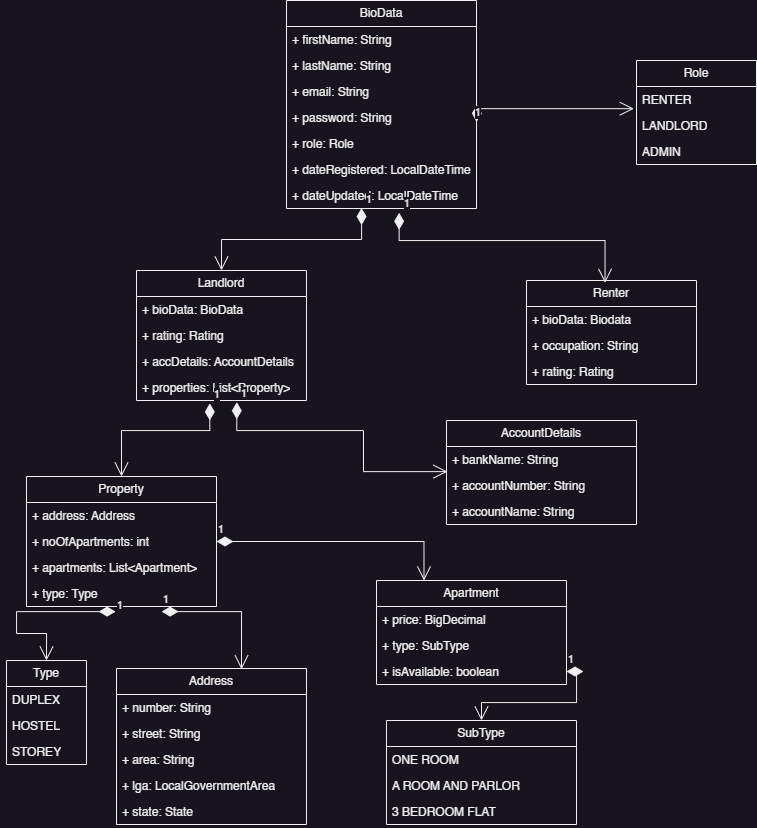
Before: diagrams/UML Diagram.png, a diagram exported from draw.io (Dee-Dayo/EasyRent). Source tidied: cells renumbered, new cells last; positions are measured from the earlier drawing's top-left corner, leaving out a move shared by most shapes.
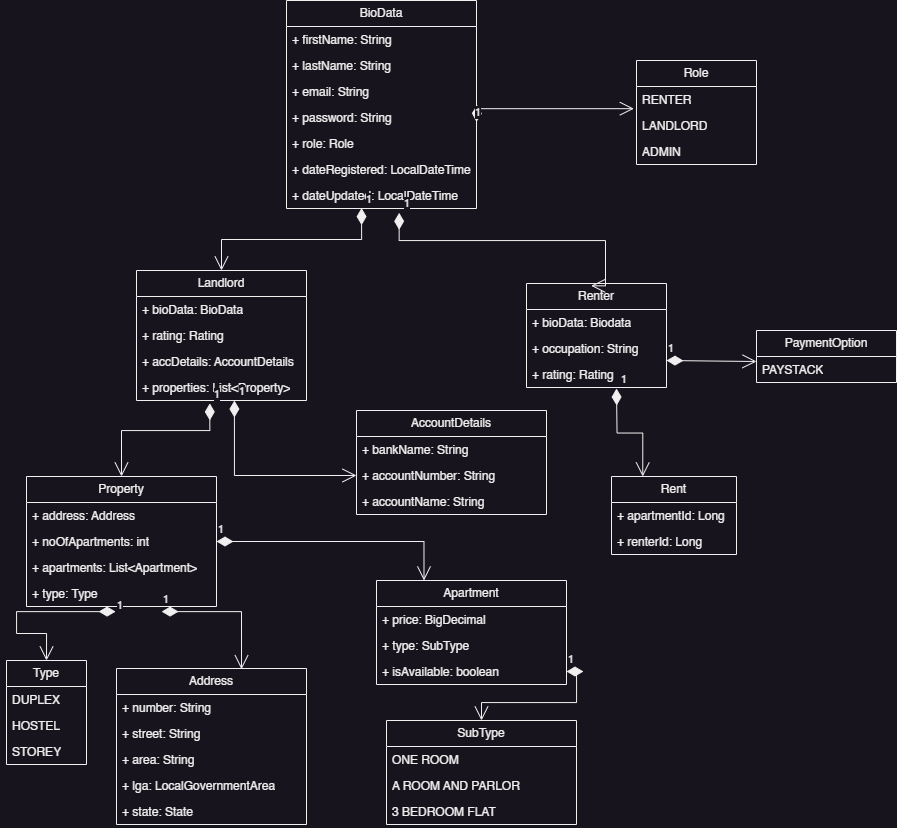
Later version of the same file.

What changed in the source:
```diff
@@ -18,16 +18,16 @@
       <mxGeometry y="104" width="170" height="26" as="geometry" />
     </mxCell>
     <mxCell id="7" value="Renter" style="swimlane;fontStyle=0;horizontal=1;startSize=26;fillColor=none;whiteSpace=wrap;html=1;" parent="1" vertex="1">
-      <mxGeometry x="520" y="280" width="170" height="104" as="geometry" />
+      <mxGeometry x="520" y="283" width="140" height="104" as="geometry" />
     </mxCell>
     <mxCell id="8" value="+ bioData: Biodata" style="text;strokeColor=none;fillColor=none;align=left;verticalAlign=top;spacingLeft=4;spacingRight=4;overflow=hidden;whiteSpace=wrap;html=1;" parent="7" vertex="1">
-      <mxGeometry y="26" width="170" height="26" as="geometry" />
+      <mxGeometry y="26" width="140" height="26" as="geometry" />
     </mxCell>
     <mxCell id="9" value="+ occupation: String" style="text;strokeColor=none;fillColor=none;align=left;verticalAlign=top;spacingLeft=4;spacingRight=4;overflow=hidden;whiteSpace=wrap;html=1;" parent="7" vertex="1">
-      <mxGeometry y="52" width="170" height="26" as="geometry" />
+      <mxGeometry y="52" width="140" height="26" as="geometry" />
     </mxCell>
     <mxCell id="10" value="+ rating: Rating" style="text;strokeColor=none;fillColor=none;align=left;verticalAlign=top;spacingLeft=4;spacingRight=4;overflow=hidden;whiteSpace=wrap;html=1;" parent="7" vertex="1">
-      <mxGeometry y="78" width="170" height="26" as="geometry" />
+      <mxGeometry y="78" width="140" height="26" as="geometry" />
     </mxCell>
     <mxCell id="11" value="BioData" style="swimlane;fontStyle=0;horizontal=1;startSize=26;fillColor=none;whiteSpace=wrap;html=1;" parent="1" vertex="1">
       <mxGeometry x="280" width="190" height="208" as="geometry" />
@@ -135,7 +135,7 @@
       <mxGeometry y="130" width="190" height="26" as="geometry" />
     </mxCell>
     <mxCell id="46" value="AccountDetails" style="swimlane;fontStyle=0;horizontal=1;startSize=26;fillColor=none;whiteSpace=wrap;html=1;" parent="1" vertex="1">
-      <mxGeometry x="440" y="420" width="190" height="104" as="geometry" />
+      <mxGeometry x="350" y="410" width="190" height="104" as="geometry" />
     </mxCell>
     <mxCell id="47" value="+ bankName: String" style="text;strokeColor=none;fillColor=none;align=left;verticalAlign=top;spacingLeft=4;spacingRight=4;overflow=hidden;whiteSpace=wrap;html=1;" parent="46" vertex="1">
       <mxGeometry y="26" width="190" height="26" as="geometry" />
@@ -170,15 +170,6 @@
         </Array>
       </mxGeometry>
     </mxCell>
-    <mxCell id="54" value="1" style="endArrow=open;html=1;endSize=12;startArrow=diamondThin;startSize=14;startFill=1;edgeStyle=orthogonalEdgeStyle;align=left;verticalAlign=bottom;rounded=0;exitX=0.59;exitY=1.066;exitDx=0;exitDy=0;exitPerimeter=0;entryX=0.005;entryY=-0.034;entryDx=0;entryDy=0;entryPerimeter=0;" parent="1" edge="1" source="6" target="48">
-      <mxGeometry x="-1" y="3" relative="1" as="geometry">
-        <Array as="points">
-          <mxPoint x="230" y="430" />
-          <mxPoint x="357" y="430" />
-          <mxPoint x="357" y="471" />
-        </Array>
-      </mxGeometry>
-    </mxCell>
     <mxCell id="55" value="1" style="endArrow=open;html=1;endSize=12;startArrow=diamondThin;startSize=14;startFill=1;edgeStyle=orthogonalEdgeStyle;align=left;verticalAlign=bottom;rounded=0;exitX=0.469;exitY=1.197;exitDx=0;exitDy=0;exitPerimeter=0;entryX=0.5;entryY=0;entryDx=0;entryDy=0;" parent="1" edge="1" source="27" target="32">
       <mxGeometry x="-1" y="3" relative="1" as="geometry" />
     </mxCell>
@@ -191,5 +182,34 @@
     <mxCell id="58" value="1" style="endArrow=open;html=1;endSize=12;startArrow=diamondThin;startSize=14;startFill=1;edgeStyle=orthogonalEdgeStyle;align=left;verticalAlign=bottom;rounded=0;entryX=0.5;entryY=0;entryDx=0;entryDy=0;" parent="1" edge="1" source="31" target="36">
       <mxGeometry x="-1" y="3" relative="1" as="geometry" />
     </mxCell>
+    <mxCell id="54" value="1" style="endArrow=open;html=1;endSize=12;startArrow=diamondThin;startSize=14;startFill=1;edgeStyle=orthogonalEdgeStyle;align=left;verticalAlign=bottom;rounded=0;exitX=0.576;exitY=1;exitDx=0;exitDy=0;exitPerimeter=0;entryX=0;entryY=0.5;entryDx=0;entryDy=0;" parent="1" edge="1" source="6" target="48">
+      <mxGeometry x="-1" y="3" relative="1" as="geometry" />
+    </mxCell>
+    <mxCell id="59" value="Rent" style="swimlane;fontStyle=0;horizontal=1;startSize=26;fillColor=none;whiteSpace=wrap;html=1;" parent="1" vertex="1">
+      <mxGeometry x="605" y="476" width="125" height="78" as="geometry" />
+    </mxCell>
+    <mxCell id="60" value="+ apartmentId: Long" style="text;strokeColor=none;fillColor=none;align=left;verticalAlign=top;spacingLeft=4;spacingRight=4;overflow=hidden;whiteSpace=wrap;html=1;" parent="59" vertex="1">
+      <mxGeometry y="26" width="125" height="26" as="geometry" />
+    </mxCell>
+    <mxCell id="61" value="+ renterId: Long" style="text;strokeColor=none;fillColor=none;align=left;verticalAlign=top;spacingLeft=4;spacingRight=4;overflow=hidden;whiteSpace=wrap;html=1;" parent="59" vertex="1">
+      <mxGeometry y="52" width="125" height="26" as="geometry" />
+    </mxCell>
+    <mxCell id="62" value="1" style="endArrow=open;html=1;endSize=12;startArrow=diamondThin;startSize=14;startFill=1;edgeStyle=orthogonalEdgeStyle;align=left;verticalAlign=bottom;rounded=0;entryX=0.25;entryY=0;entryDx=0;entryDy=0;" parent="1" edge="1" target="59">
+      <mxGeometry x="-1" y="3" relative="1" as="geometry">
+        <mxPoint x="610" y="388" as="sourcePoint" />
+      </mxGeometry>
+    </mxCell>
+    <mxCell id="63" value="PaymentOption" style="swimlane;fontStyle=0;horizontal=1;startSize=26;fillColor=none;whiteSpace=wrap;html=1;" parent="1" vertex="1">
+      <mxGeometry x="750" y="330" width="140" height="52" as="geometry" />
+    </mxCell>
+    <mxCell id="64" value="PAYSTACK" style="text;strokeColor=none;fillColor=none;align=left;verticalAlign=top;spacingLeft=4;spacingRight=4;overflow=hidden;whiteSpace=wrap;html=1;" parent="63" vertex="1">
+      <mxGeometry y="26" width="140" height="26" as="geometry" />
+    </mxCell>
+    <mxCell id="65" value="1" style="endArrow=open;html=1;endSize=12;startArrow=diamondThin;startSize=14;startFill=1;edgeStyle=orthogonalEdgeStyle;align=left;verticalAlign=bottom;rounded=0;entryX=0;entryY=0.5;entryDx=0;entryDy=0;" parent="1" edge="1">
+      <mxGeometry x="-1" y="3" relative="1" as="geometry">
+        <mxPoint x="660" y="360" as="sourcePoint" />
+        <mxPoint x="750" y="361" as="targetPoint" />
+      </mxGeometry>
+    </mxCell>
   </root>
 </mxGraphModel>
```
